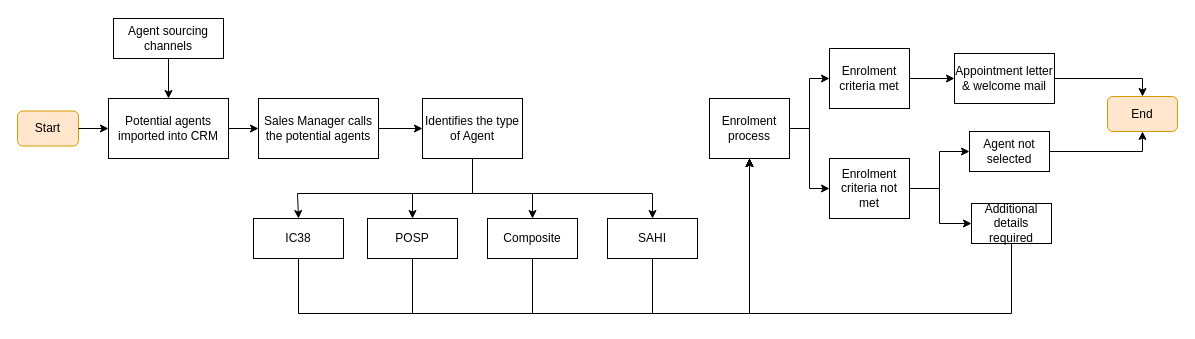
shaileshsreedar/Galaxy keeps this draw.io diagram as Agent Onboarding IC38.drawio. Above is the earlier version. Source tidied: cells renumbered, new cells numbered last; positions are measured from the earlier drawing's top-left corner, leaving out a move shared by most shapes. Both pictures are drawn from the tidied source at 100%, with x=0, y=0 at pixel (17, 18).
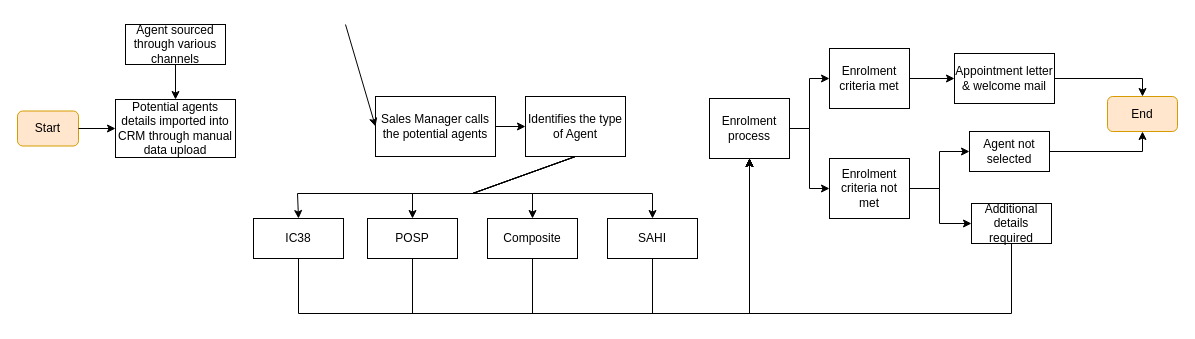
After the change.

The change refers to these unchanged cells:
```xml
<mxCell id="3" value="Start" style="rounded=1;whiteSpace=wrap;html=1;fillColor=#ffe6cc;strokeColor=#d79b00;" parent="1" vertex="1">
  <mxGeometry y="92.5" width="61" height="35" as="geometry" />
</mxCell>
```

The edit, as a diff of the source:
```diff
@@
-    <mxCell id="2" value="Potential agents imported into CRM" style="rounded=0;whiteSpace=wrap;html=1;" parent="1" vertex="1">
-      <mxGeometry x="91" y="80" width="120" height="60" as="geometry" />
-    </mxCell>
@@
-    <mxCell id="4" style="endArrow=classic;html=1;rounded=0;exitX=1;exitY=0.5;exitDx=0;exitDy=0;entryX=0;entryY=0.5;entryDx=0;entryDy=0;" parent="1" edge="1" source="3" target="2">
+    <mxCell id="4" style="endArrow=classic;html=1;rounded=0;exitX=1;exitY=0.5;exitDx=0;exitDy=0;entryX=0;entryY=0.5;entryDx=0;entryDy=0;" parent="1" edge="1" source="3" target="38">
       <mxGeometry relative="1" as="geometry" />
     </mxCell>
-    <mxCell id="5" value="Agent sourcing channels" style="rounded=0;whiteSpace=wrap;html=1;" parent="1" vertex="1">
-      <mxGeometry x="96" width="110" height="40" as="geometry" />
+    <mxCell id="5" value="Agent sourced through various channels" style="rounded=0;whiteSpace=wrap;html=1;" parent="1" vertex="1">
+      <mxGeometry x="108" y="6" width="100" height="40" as="geometry" />
     </mxCell>
-    <mxCell id="6" style="endArrow=classic;html=1;rounded=0;exitX=0.5;exitY=1;exitDx=0;exitDy=0;" parent="1" edge="1" source="5" target="2">
-      <mxGeometry relative="1" as="geometry" />
-    </mxCell>
     <mxCell id="7" value="Sales Manager calls the potential agents" style="rounded=0;whiteSpace=wrap;html=1;" parent="1" vertex="1">
-      <mxGeometry x="241" y="80" width="120" height="60" as="geometry" />
+      <mxGeometry x="358" y="78" width="120" height="60" as="geometry" />
     </mxCell>
-    <mxCell id="8" style="endArrow=classic;html=1;rounded=0;exitX=1;exitY=0.5;exitDx=0;exitDy=0;entryX=0;entryY=0.5;entryDx=0;entryDy=0;" parent="1" edge="1" source="2" target="7">
-      <mxGeometry relative="1" as="geometry" />
+    <mxCell id="8" style="endArrow=classic;html=1;rounded=0;entryX=0;entryY=0.5;entryDx=0;entryDy=0;" parent="1" edge="1" target="7">
+      <mxGeometry relative="1" as="geometry">
+        <mxPoint x="328" y="6" as="sourcePoint" />
+      </mxGeometry>
     </mxCell>
     <mxCell id="9" value="Identifies the type of Agent" style="rounded=0;whiteSpace=wrap;html=1;" parent="1" vertex="1">
-      <mxGeometry x="405" y="80" width="100" height="60" as="geometry" />
+      <mxGeometry x="508" y="78" width="100" height="60" as="geometry" />
     </mxCell>
@@
+    <mxCell id="38" value="Potential agents details imported into CRM through manual data upload" style="rounded=0;whiteSpace=wrap;html=1;" parent="1" vertex="1">
+      <mxGeometry x="98" y="81" width="120" height="58" as="geometry" />
+    </mxCell>
+    <mxCell id="39" style="endArrow=classic;html=1;rounded=0;exitX=0.5;exitY=1;exitDx=0;exitDy=0;entryX=0.5;entryY=0;entryDx=0;entryDy=0;" parent="1" edge="1" source="5" target="38">
+      <mxGeometry relative="1" as="geometry" />
+    </mxCell>
```
